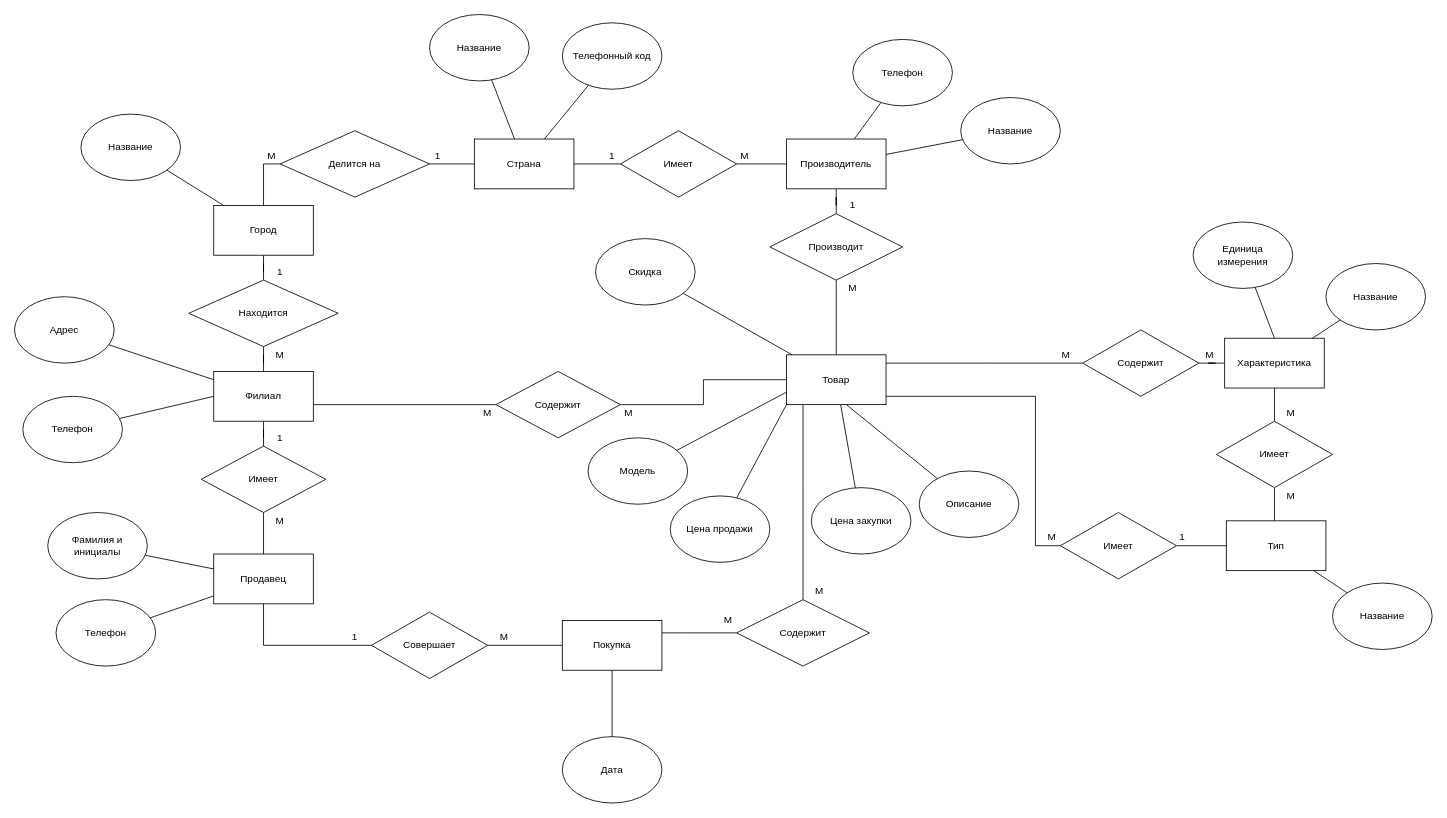
The draw.io diagram Схемы/1.drawio in GREMIAR/Semester-4, before the edit. Source tidied: cells renumbered, new cells numbered last; positions are measured from the earlier drawing's top-left corner, leaving out a move shared by most shapes. Both pictures are drawn from the tidied source at 83%, with x=0, y=0 at pixel (14, 14).
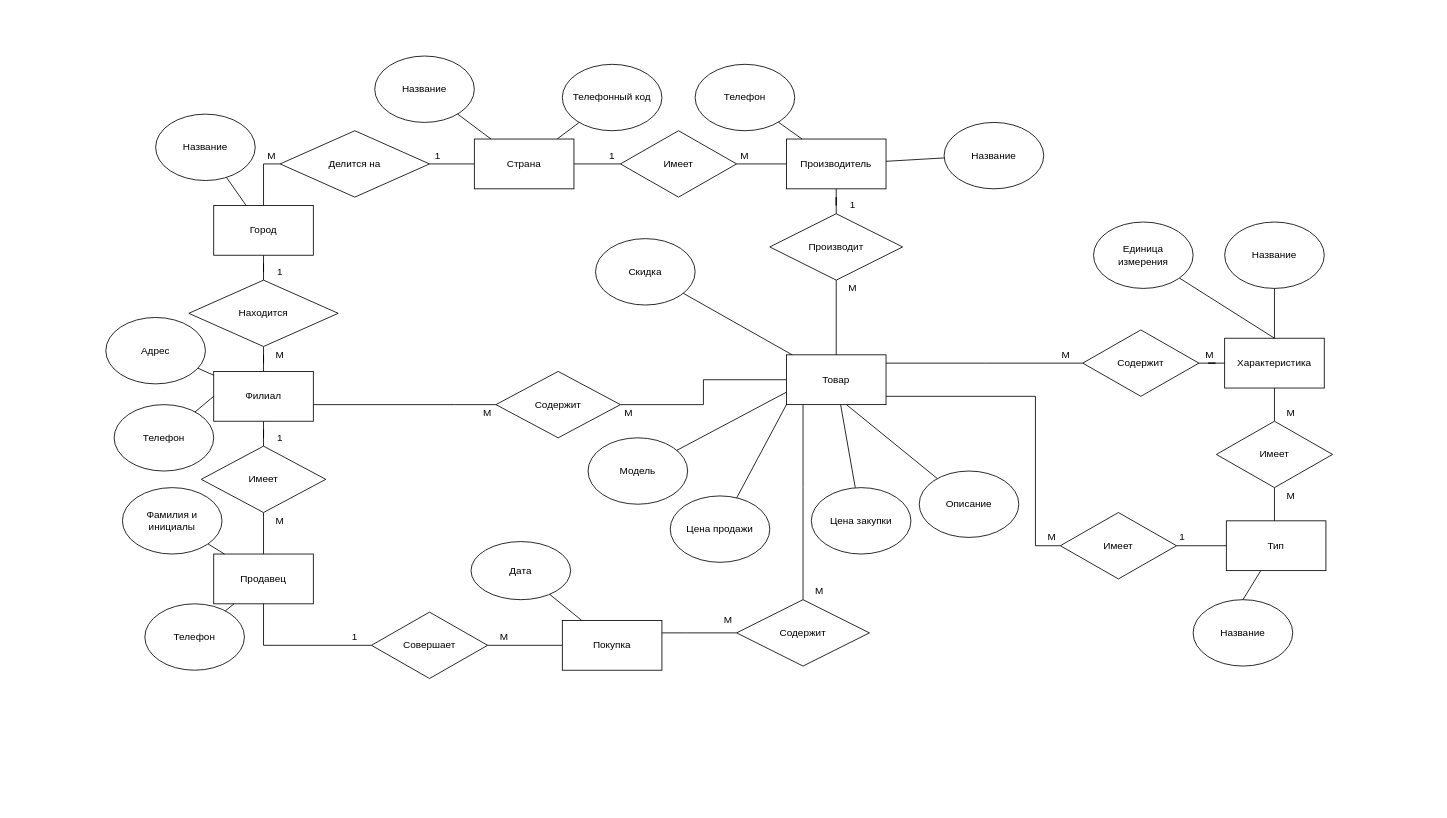
Above is the later version.

The change refers to these unchanged cells:
```xml
<mxCell id="14" value="Тип" style="rounded=0;whiteSpace=wrap;html=1;" parent="1" vertex="1">
  <mxGeometry x="1460" y="610" width="120" height="60" as="geometry" />
</mxCell>
```

Diff of the diagram source:
```diff
@@
     <mxCell id="66" value="Название" style="ellipse;whiteSpace=wrap;html=1;" parent="1" vertex="1">
-      <mxGeometry x="1140" y="100" width="120" height="80" as="geometry" />
+      <mxGeometry x="1120" y="130" width="120" height="80" as="geometry" />
     </mxCell>
     <mxCell id="67" value="Телефон" style="ellipse;whiteSpace=wrap;html=1;" parent="1" vertex="1">
-      <mxGeometry x="1010" y="30" width="120" height="80" as="geometry" />
+      <mxGeometry x="820" y="60" width="120" height="80" as="geometry" />
     </mxCell>
@@
     <mxCell id="70" value="Телефонный код" style="ellipse;whiteSpace=wrap;html=1;" parent="1" vertex="1">
-      <mxGeometry x="660" y="10" width="120" height="80" as="geometry" />
+      <mxGeometry x="660" y="60" width="120" height="80" as="geometry" />
     </mxCell>
     <mxCell id="71" value="&lt;div&gt;Название&lt;/div&gt;" style="ellipse;whiteSpace=wrap;html=1;" parent="1" vertex="1">
-      <mxGeometry x="500" width="120" height="80" as="geometry" />
+      <mxGeometry x="434" y="50" width="120" height="80" as="geometry" />
     </mxCell>
@@
     <mxCell id="74" value="Название" style="ellipse;whiteSpace=wrap;html=1;" parent="1" vertex="1">
-      <mxGeometry x="80" y="120" width="120" height="80" as="geometry" />
+      <mxGeometry x="170" y="120" width="120" height="80" as="geometry" />
     </mxCell>
@@
     <mxCell id="76" value="Адрес" style="ellipse;whiteSpace=wrap;html=1;" parent="1" vertex="1">
-      <mxGeometry y="340" width="120" height="80" as="geometry" />
+      <mxGeometry x="110" y="365" width="120" height="80" as="geometry" />
     </mxCell>
@@
     <mxCell id="79" value="Телефон" style="ellipse;whiteSpace=wrap;html=1;" parent="1" vertex="1">
-      <mxGeometry x="10" y="460" width="120" height="80" as="geometry" />
+      <mxGeometry x="120" y="470" width="120" height="80" as="geometry" />
     </mxCell>
     <mxCell id="80" value="Фамилия и инициалы" style="ellipse;whiteSpace=wrap;html=1;" parent="1" vertex="1">
-      <mxGeometry x="40" y="600" width="120" height="80" as="geometry" />
+      <mxGeometry x="130" y="570" width="120" height="80" as="geometry" />
     </mxCell>
@@
     <mxCell id="82" value="Телефон" style="ellipse;whiteSpace=wrap;html=1;" parent="1" vertex="1">
-      <mxGeometry x="50" y="705" width="120" height="80" as="geometry" />
+      <mxGeometry x="157" y="710" width="120" height="80" as="geometry" />
     </mxCell>
@@
     <mxCell id="88" value="Название" style="ellipse;whiteSpace=wrap;html=1;" parent="1" vertex="1">
-      <mxGeometry x="1580" y="300" width="120" height="80" as="geometry" />
+      <mxGeometry x="1458" y="250" width="120" height="80" as="geometry" />
     </mxCell>
@@
     <mxCell id="90" value="Название" style="ellipse;whiteSpace=wrap;html=1;" parent="1" vertex="1">
-      <mxGeometry x="1588" y="685" width="120" height="80" as="geometry" />
+      <mxGeometry x="1420" y="705" width="120" height="80" as="geometry" />
     </mxCell>
-    <mxCell id="91" style="endArrow=none;html=1;endFill=0;entryX=0;entryY=0;entryDx=0;entryDy=0;" parent="1" edge="1" source="14" target="90">
+    <mxCell id="91" style="endArrow=none;html=1;endFill=0;entryX=0.5;entryY=0;entryDx=0;entryDy=0;" parent="1" edge="1" source="14" target="90">
       <mxGeometry relative="1" as="geometry" />
     </mxCell>
     <mxCell id="92" value="&lt;div&gt;Дата&lt;/div&gt;" style="ellipse;whiteSpace=wrap;html=1;" parent="1" vertex="1">
-      <mxGeometry x="660" y="870" width="120" height="80" as="geometry" />
+      <mxGeometry x="550" y="635" width="120" height="70" as="geometry" />
     </mxCell>
@@
     <mxCell id="100" value="&lt;div&gt;Единица&lt;/div&gt;&lt;div&gt; измерения&lt;/div&gt;" style="ellipse;whiteSpace=wrap;html=1;" parent="1" vertex="1">
-      <mxGeometry x="1420" y="250" width="120" height="80" as="geometry" />
+      <mxGeometry x="1300" y="250" width="120" height="80" as="geometry" />
     </mxCell>
```
